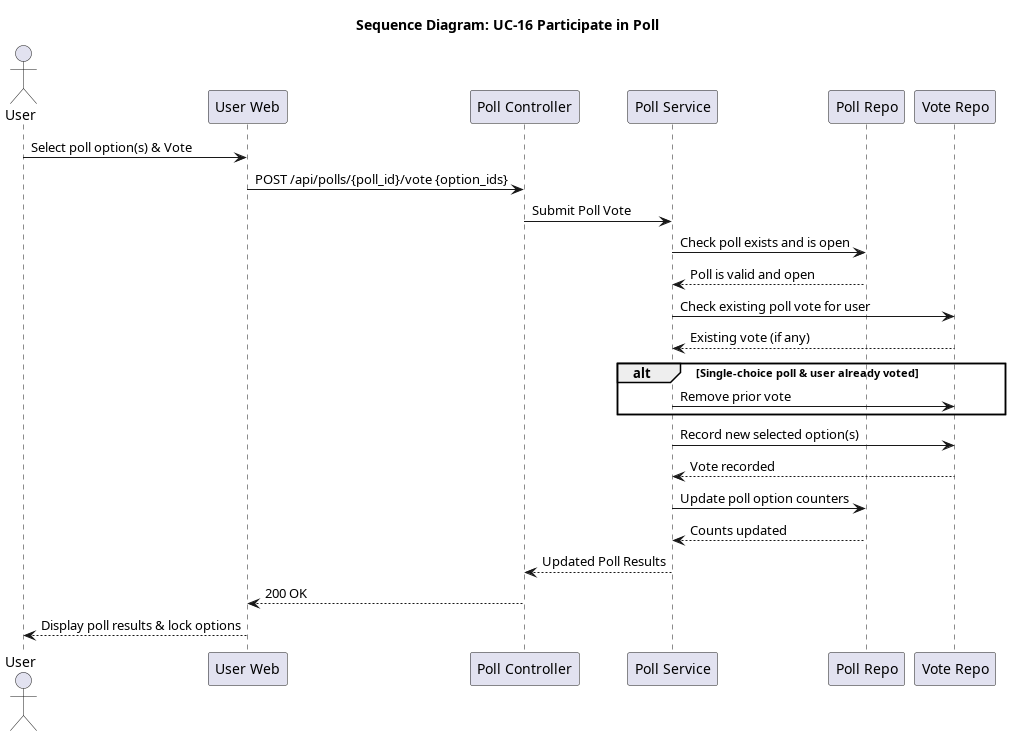
Before: docs/srs_add/SAD/diagrams/seq_16_participate_in_poll.png, a diagram exported from PlantUML (giakiet05/lkforum-new).
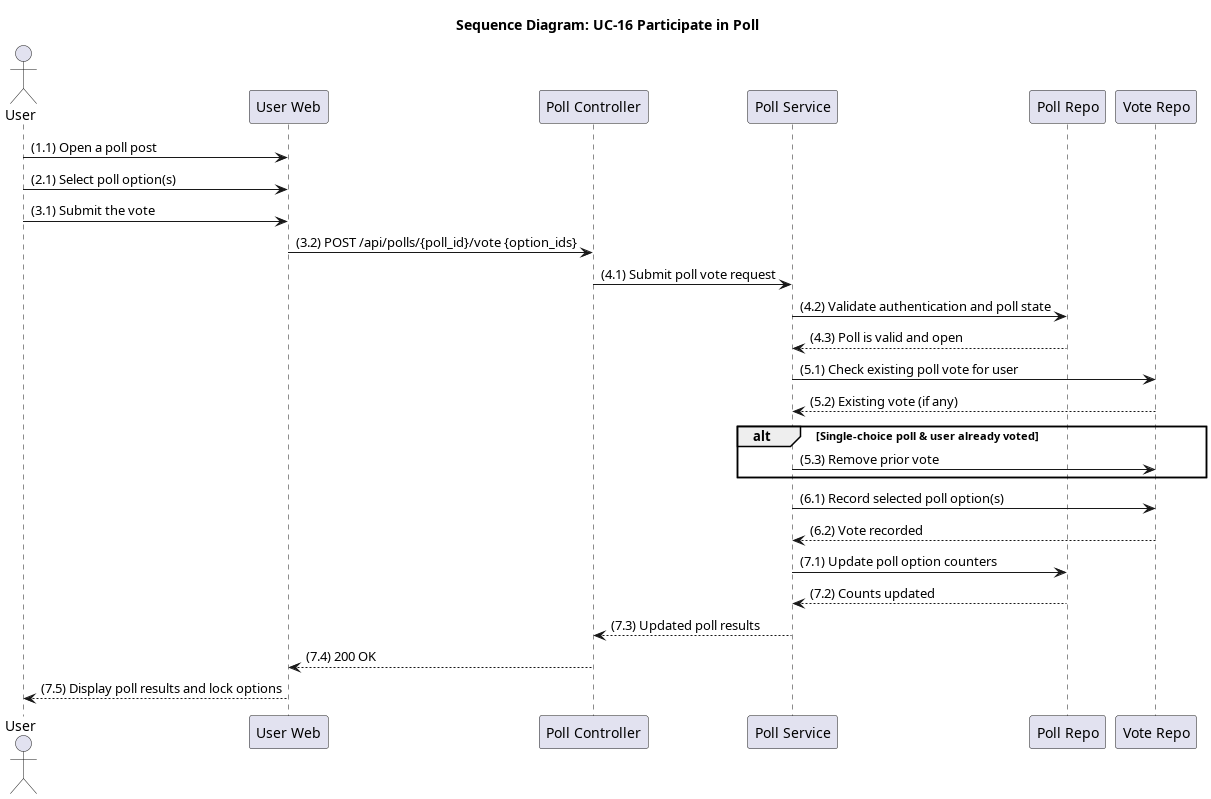
The same file after the commit.

Change to the diagram source:
```diff
@@ -8,25 +8,27 @@
 participant "Poll Repo" as PollRepo
 participant "Vote Repo" as VoteRepo
 
-User -> Frontend: Select poll option(s) & Vote
-Frontend -> Controller: POST /api/polls/{poll_id}/vote {option_ids}
-Controller -> Service: Submit Poll Vote
-Service -> PollRepo: Check poll exists and is open
-PollRepo --> Service: Poll is valid and open
+User -> Frontend: (1.1) Open a poll post
+User -> Frontend: (2.1) Select poll option(s)
+User -> Frontend: (3.1) Submit the vote
+Frontend -> Controller: (3.2) POST /api/polls/{poll_id}/vote {option_ids}
+Controller -> Service: (4.1) Submit poll vote request
+Service -> PollRepo: (4.2) Validate authentication and poll state
+PollRepo --> Service: (4.3) Poll is valid and open
 
-Service -> VoteRepo: Check existing poll vote for user
-VoteRepo --> Service: Existing vote (if any)
+Service -> VoteRepo: (5.1) Check existing poll vote for user
+VoteRepo --> Service: (5.2) Existing vote (if any)
 
 alt Single-choice poll & user already voted
-    Service -> VoteRepo: Remove prior vote
+    Service -> VoteRepo: (5.3) Remove prior vote
 end
 
-Service -> VoteRepo: Record new selected option(s)
-VoteRepo --> Service: Vote recorded
+Service -> VoteRepo: (6.1) Record selected poll option(s)
+VoteRepo --> Service: (6.2) Vote recorded
 
-Service -> PollRepo: Update poll option counters
-PollRepo --> Service: Counts updated
-Service --> Controller: Updated Poll Results
-Controller --> Frontend: 200 OK
-Frontend --> User: Display poll results & lock options
+Service -> PollRepo: (7.1) Update poll option counters
+PollRepo --> Service: (7.2) Counts updated
+Service --> Controller: (7.3) Updated poll results
+Controller --> Frontend: (7.4) 200 OK
+Frontend --> User: (7.5) Display poll results and lock options
 @enduml
```
